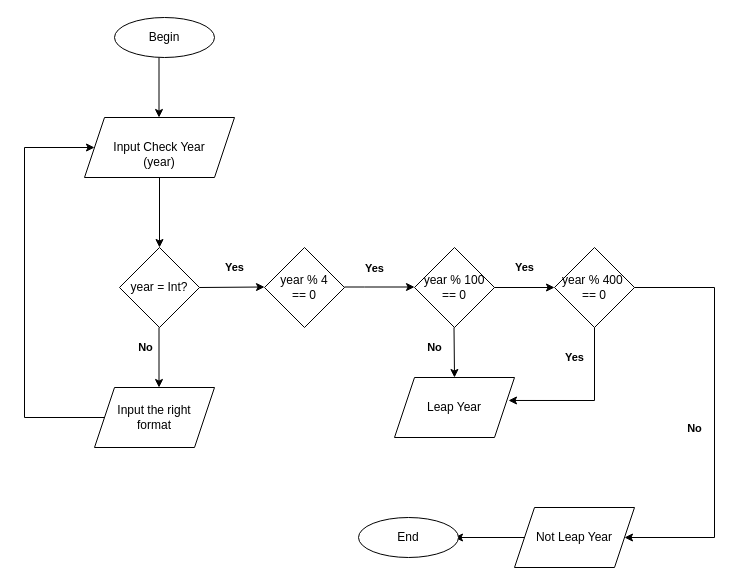
Aloha-una/Aloha-una.github.io keeps this draw.io diagram as Lab 6 -Tuyet Nguyen/Untitled Diagram.drawio. Above is the earlier version. Source tidied: cells renumbered, new cells numbered last; positions are measured from the earlier drawing's top-left corner, leaving out a move shared by most shapes. Both pictures are drawn from the tidied source at 100%, with x=0, y=0 at pixel (24, 17).
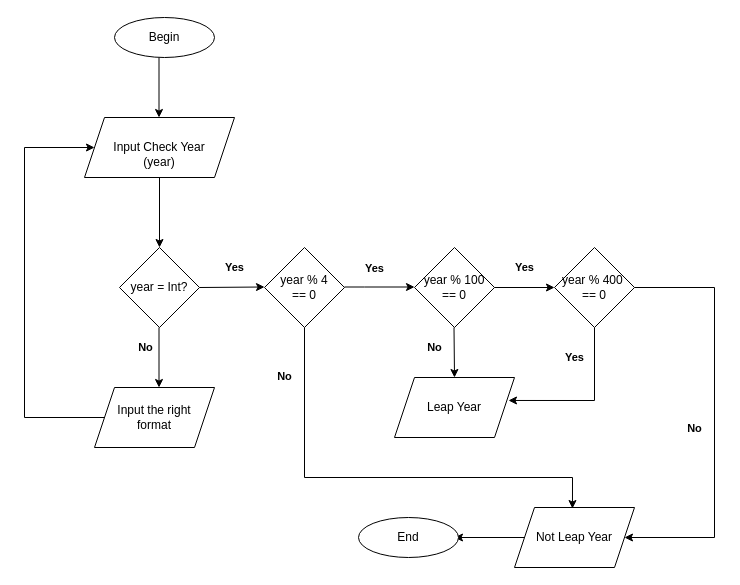
Above is the later version.

The change refers to these unchanged cells:
```xml
<mxCell id="6" value="year % 4&lt;br&gt;== 0" style="rhombus;whiteSpace=wrap;html=1;" parent="1" vertex="1">
  <mxGeometry x="240" y="230" width="80" height="80" as="geometry" />
</mxCell>
<mxCell id="19" value="Not Leap Year" style="shape=parallelogram;perimeter=parallelogramPerimeter;whiteSpace=wrap;html=1;fixedSize=1;" parent="1" vertex="1">
  <mxGeometry x="490" y="490" width="120" height="60" as="geometry" />
</mxCell>
```

The edit, as a diff of the source:
```diff
@@
+    <mxCell id="23" value="No" style="endArrow=classic;html=1;rounded=0;exitX=0.5;exitY=1;exitDx=0;exitDy=0;entryX=0.483;entryY=0.017;entryDx=0;entryDy=0;entryPerimeter=0;fontStyle=1;" parent="1" edge="1" source="6" target="19">
+      <mxGeometry x="-0.78" y="-20" relative="1" as="geometry">
+        <Array as="points">
+          <mxPoint x="280" y="460" />
+          <mxPoint x="548" y="460" />
+        </Array>
+      </mxGeometry>
+    </mxCell>
```
